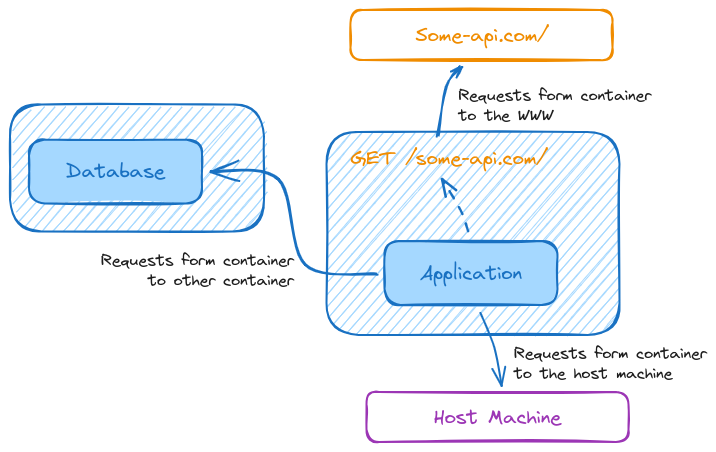
Before: networking/docs/neworks.excalidraw.png, a diagram exported from Excalidraw (ThomasCode92/docker-k8s-practical-guide). Source tidied: one line per element, renumbered; positions are measured from the earlier drawing's top-left corner, leaving out a move shared by most shapes.
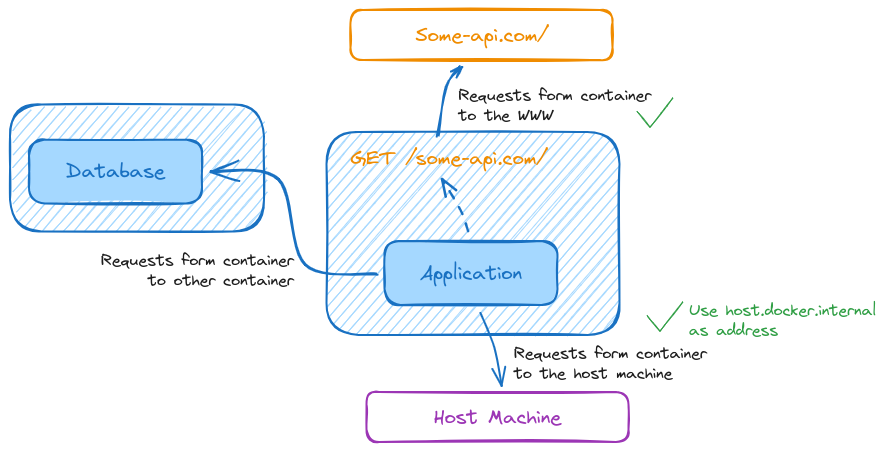
After the change.

What changed in the source:
```diff
@@ -16,3 +16,6 @@
 {"id": 15, "type": "text", "text": "Database", "strokeColor": "#1971c2", "strokeWidth": 2, "roughness": 1, "fontSize": 20, "fontFamily": 1, "textAlign": "center", "verticalAlign": "middle", "inside": 14, "x": 56, "y": 149, "width": 99, "height": 25}
 {"id": 16, "type": "arrow", "strokeColor": "#1971c2", "backgroundColor": "#a5d8ff", "fillStyle": "hachure", "strokeWidth": 2, "roughness": 1, "endArrowhead": "arrow", "round": true, "from": 1, "to": 14, "x": 368, "y": 265, "width": 166, "height": 104, "points": [[0, 0], [-73, -10], [-98, -95], [-166, -104]]}
 {"id": 17, "type": "text", "text": "Requests form container\nto other container", "strokeColor": "#1e1e1e", "strokeWidth": 2, "strokeStyle": "dashed", "roughness": 0, "fontSize": 16, "fontFamily": 1, "textAlign": "right", "x": 91, "y": 241, "width": 193, "height": 40}
+{"id": 18, "type": "line", "strokeColor": "#2f9e44", "strokeWidth": 1, "roughness": 1, "x": 637, "y": 305, "width": 36, "height": 30, "points": [[0, 0], [13, 16], [36, -14]]}
+{"id": 19, "type": "line", "strokeColor": "#2f9e44", "strokeWidth": 1, "roughness": 1, "x": 627, "y": 101, "width": 36, "height": 30, "points": [[0, 0], [13, 16], [36, -14]]}
+{"id": 20, "type": "text", "text": "Use host.docker.internal\nas address", "strokeColor": "#2f9e44", "strokeWidth": 2, "roughness": 1, "fontSize": 16, "fontFamily": 1, "x": 679, "y": 290, "width": 188, "height": 40}
```
